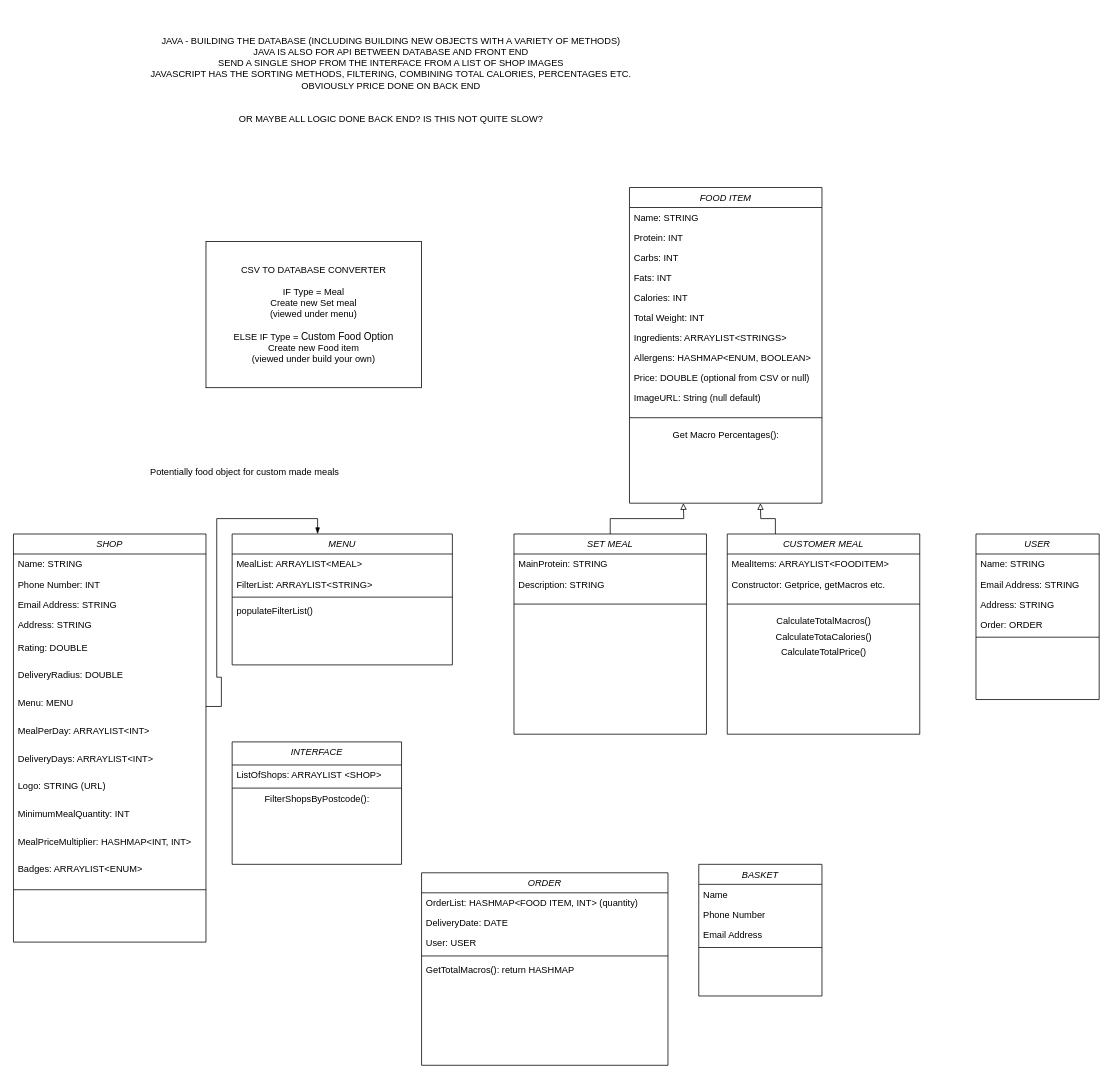
Above: objects.drawio in dcallus/prep_app (draw.io), before the change. Source tidied: cells renumbered, new cells numbered last; positions are measured from the earlier drawing's top-left corner, leaving out a move shared by most shapes. Both pictures are drawn from the tidied source at 77%, with x=0, y=0 at pixel (13, 33).
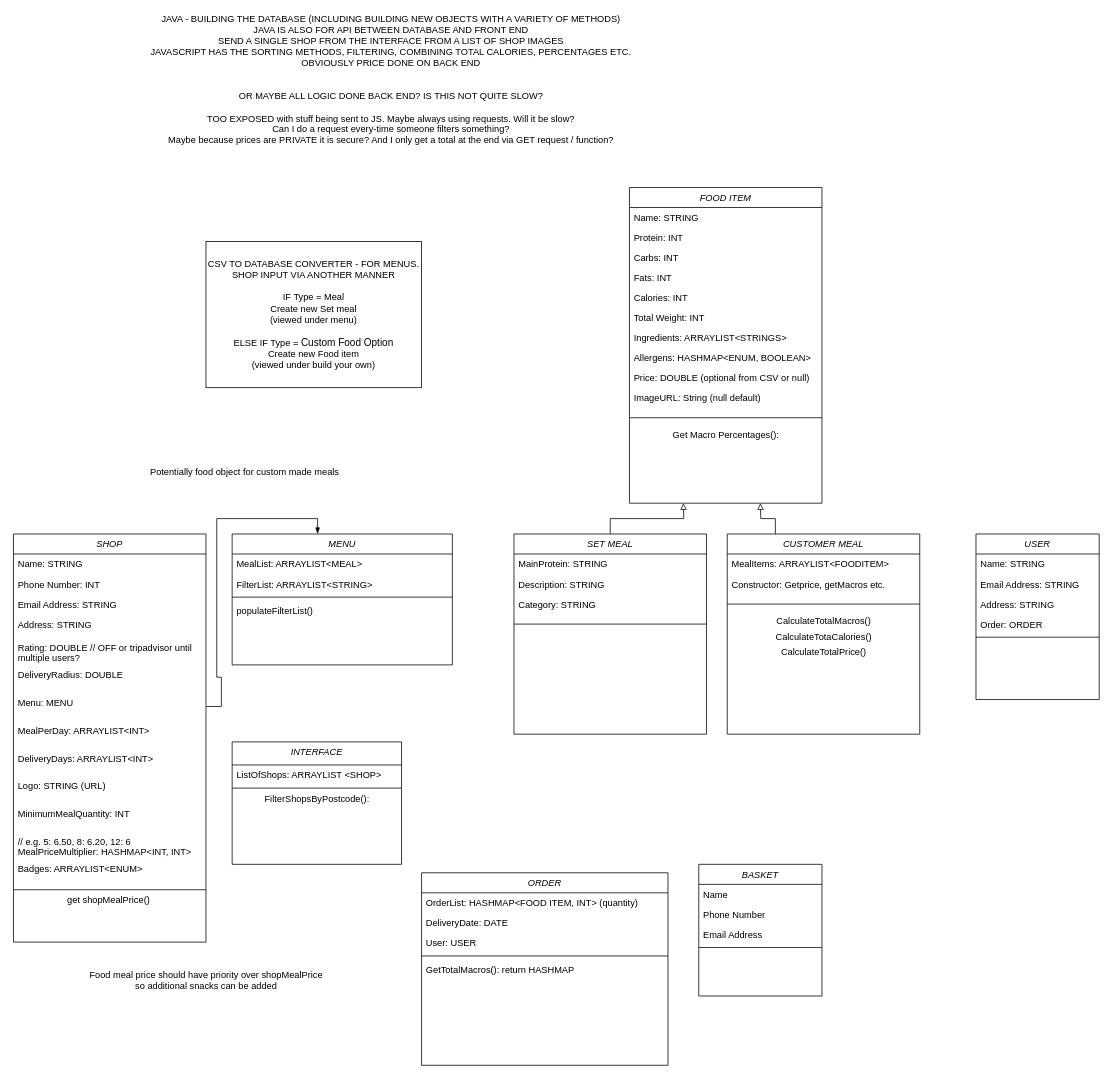
The same page after the edit.

The change refers to these unchanged cells:
```xml
<mxCell id="2" value="SHOP" style="swimlane;fontStyle=2;align=center;verticalAlign=top;horizontal=1;startSize=26;rounded=0;shadow=0;strokeWidth=1;" parent="1" vertex="1">
  <mxGeometry y="650" width="250" height="530" as="geometry" />
</mxCell>
<mxCell id="18" value="SET MEAL" style="swimlane;fontStyle=2;align=center;verticalAlign=top;horizontal=1;startSize=26;rounded=0;shadow=0;strokeWidth=1;" parent="1" vertex="1">
  <mxGeometry x="650" y="650" width="250" height="260" as="geometry" />
</mxCell>
```

What changed in the source:
```diff
@@
-    <mxCell id="7" value="Rating: DOUBLE" style="text;align=left;verticalAlign=top;spacingLeft=4;spacingRight=4;overflow=hidden;rounded=0;shadow=0;html=0;" parent="2" vertex="1">
+    <mxCell id="7" value="Rating: DOUBLE // OFF or tripadvisor until &#10;multiple users?" style="text;align=left;verticalAlign=top;spacingLeft=4;spacingRight=4;overflow=hidden;rounded=0;shadow=0;html=0;" parent="2" vertex="1">
       <mxGeometry y="134" width="250" height="36" as="geometry" />
     </mxCell>
@@
-    <mxCell id="14" value="MealPriceMultiplier: HASHMAP&lt;INT, INT&gt;" style="text;align=left;verticalAlign=top;spacingLeft=4;spacingRight=4;overflow=hidden;rounded=0;shadow=0;html=0;" parent="2" vertex="1">
+    <mxCell id="14" value="// e.g. 5: 6.50, 8: 6.20, 12: 6 &#10;MealPriceMultiplier: HASHMAP&lt;INT, INT&gt;" style="text;align=left;verticalAlign=top;spacingLeft=4;spacingRight=4;overflow=hidden;rounded=0;shadow=0;html=0;" parent="2" vertex="1">
       <mxGeometry y="386" width="250" height="36" as="geometry" />
     </mxCell>
@@
+    <mxCell id="73" value="get shopMealPrice()&amp;nbsp;" style="text;html=1;align=center;verticalAlign=middle;strokeColor=none;" parent="2" vertex="1">
+      <mxGeometry y="466" width="250" height="20" as="geometry" />
+    </mxCell>
@@
+    <mxCell id="74" value="Category: STRING" style="text;align=left;verticalAlign=top;spacingLeft=4;spacingRight=4;overflow=hidden;rounded=0;shadow=0;html=0;" parent="18" vertex="1">
+      <mxGeometry y="78" width="250" height="26" as="geometry" />
+    </mxCell>
     <mxCell id="21" style="line;html=1;strokeWidth=1;align=left;verticalAlign=middle;spacingTop=-1;spacingLeft=3;spacingRight=3;labelPosition=right;" parent="18" vertex="1">
-      <mxGeometry y="78" width="250" height="26" as="geometry" />
+      <mxGeometry y="104" width="250" height="26" as="geometry" />
     </mxCell>
@@
-    <mxCell id="70" value="CSV TO DATABASE CONVERTER&lt;br&gt;&lt;br&gt;IF Type = Meal&lt;br&gt;Create new Set meal&lt;br&gt;(viewed under menu)&lt;br&gt;&lt;br&gt;ELSE IF Type =&amp;nbsp;&lt;span style=&quot;font-family: &amp;#34;arial&amp;#34; ; font-size: 13px ; text-align: left ; background-color: rgb(255 , 255 , 255)&quot;&gt;Custom Food Option&lt;br&gt;&lt;/span&gt;Create new Food item&lt;br&gt;(viewed under build your own)" style="rounded=0;whiteSpace=wrap;html=1;" parent="1" vertex="1">
+    <mxCell id="70" value="CSV TO DATABASE CONVERTER - FOR MENUS.&lt;br&gt;SHOP INPUT VIA ANOTHER MANNER&lt;br&gt;&lt;br&gt;IF Type = Meal&lt;br&gt;Create new Set meal&lt;br&gt;(viewed under menu)&lt;br&gt;&lt;br&gt;ELSE IF Type =&amp;nbsp;&lt;span style=&quot;font-family: &amp;#34;arial&amp;#34; ; font-size: 13px ; text-align: left ; background-color: rgb(255 , 255 , 255)&quot;&gt;Custom Food Option&lt;br&gt;&lt;/span&gt;Create new Food item&lt;br&gt;(viewed under build your own)" style="rounded=0;whiteSpace=wrap;html=1;" parent="1" vertex="1">
       <mxGeometry x="250" y="270" width="280" height="190" as="geometry" />
     </mxCell>
@@
-    <mxCell id="72" value="JAVA - BUILDING THE DATABASE (INCLUDING BUILDING NEW OBJECTS WITH A VARIETY OF METHODS)&lt;br&gt;JAVA IS ALSO FOR API BETWEEN DATABASE AND FRONT END&lt;br&gt;SEND A SINGLE SHOP FROM THE INTERFACE FROM A LIST OF SHOP IMAGES&lt;br&gt;JAVASCRIPT HAS THE SORTING METHODS, FILTERING, COMBINING TOTAL CALORIES, PERCENTAGES ETC.&lt;br&gt;OBVIOUSLY PRICE DONE ON BACK END&lt;br&gt;&lt;br&gt;&lt;br&gt;OR MAYBE ALL LOGIC DONE BACK END? IS THIS NOT QUITE SLOW?" style="text;html=1;align=center;verticalAlign=middle;strokeColor=none;" parent="1" vertex="1">
-      <mxGeometry x="170" width="640" height="120" as="geometry" />
+    <mxCell id="72" value="JAVA - BUILDING THE DATABASE (INCLUDING BUILDING NEW OBJECTS WITH A VARIETY OF METHODS)&lt;br&gt;JAVA IS ALSO FOR API BETWEEN DATABASE AND FRONT END&lt;br&gt;SEND A SINGLE SHOP FROM THE INTERFACE FROM A LIST OF SHOP IMAGES&lt;br&gt;JAVASCRIPT HAS THE SORTING METHODS, FILTERING, COMBINING TOTAL CALORIES, PERCENTAGES ETC.&lt;br&gt;OBVIOUSLY PRICE DONE ON BACK END&lt;br&gt;&lt;br&gt;&lt;br&gt;OR MAYBE ALL LOGIC DONE BACK END? IS THIS NOT QUITE SLOW?&lt;br&gt;&lt;br&gt;TOO EXPOSED with stuff being sent to JS. Maybe always using requests. Will it be slow?&lt;br&gt;Can I do a request every-time someone filters something?&lt;br&gt;Maybe because prices are PRIVATE it is secure? And I only get a total at the end via GET request / function?" style="text;html=1;align=center;verticalAlign=middle;strokeColor=none;" parent="1" vertex="1">
+      <mxGeometry x="170" y="-25" width="640" height="170" as="geometry" />
     </mxCell>
+    <mxCell id="75" value="Food meal price should have priority over shopMealPrice&lt;br&gt;so additional snacks can be added" style="text;html=1;align=center;verticalAlign=middle;strokeColor=none;" parent="1" vertex="1">
+      <mxGeometry x="90" y="1215" width="320" height="30" as="geometry" />
+    </mxCell>
```
